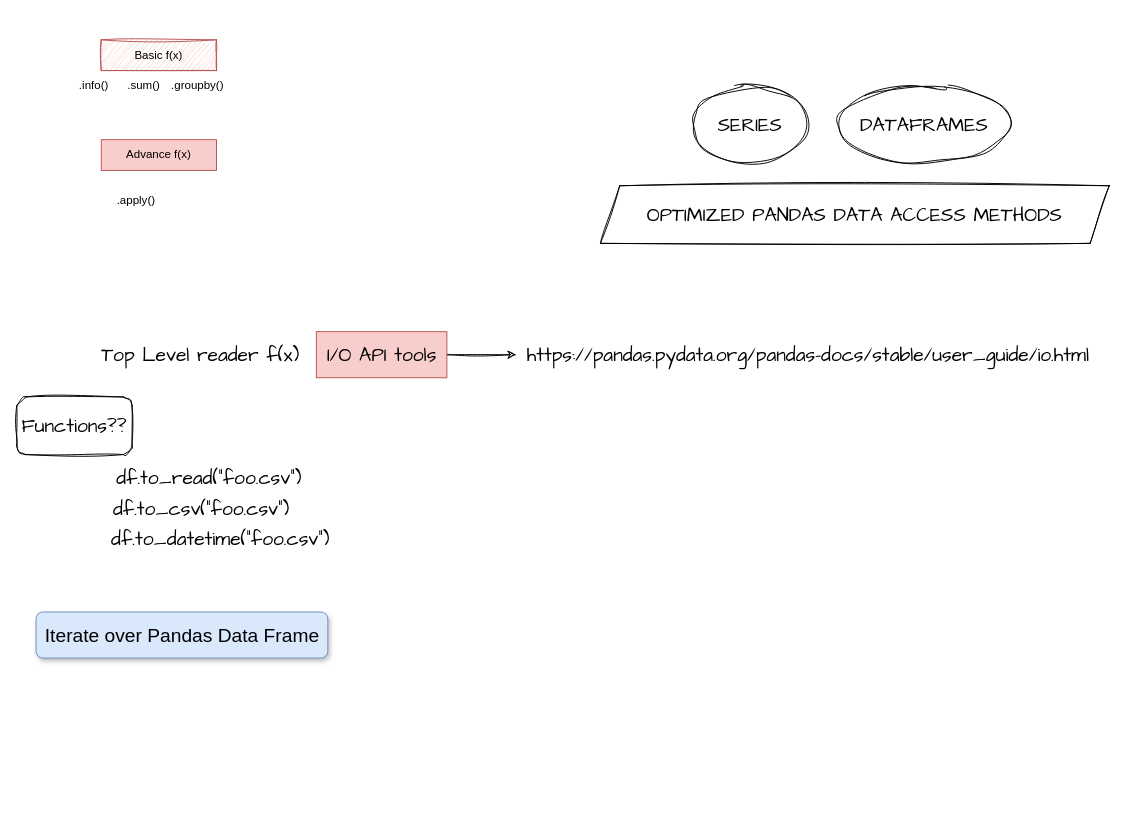
Innoktiv/drawio keeps this draw.io diagram as Sprint_1_AnyoneAI.drawio. Above is the earlier version. Source tidied: cells renumbered, new cells numbered last; positions are measured from the earlier drawing's top-left corner, leaving out a move shared by most shapes. Both pictures are drawn from the tidied source at 96%, with x=0, y=0 at pixel (16, 39).
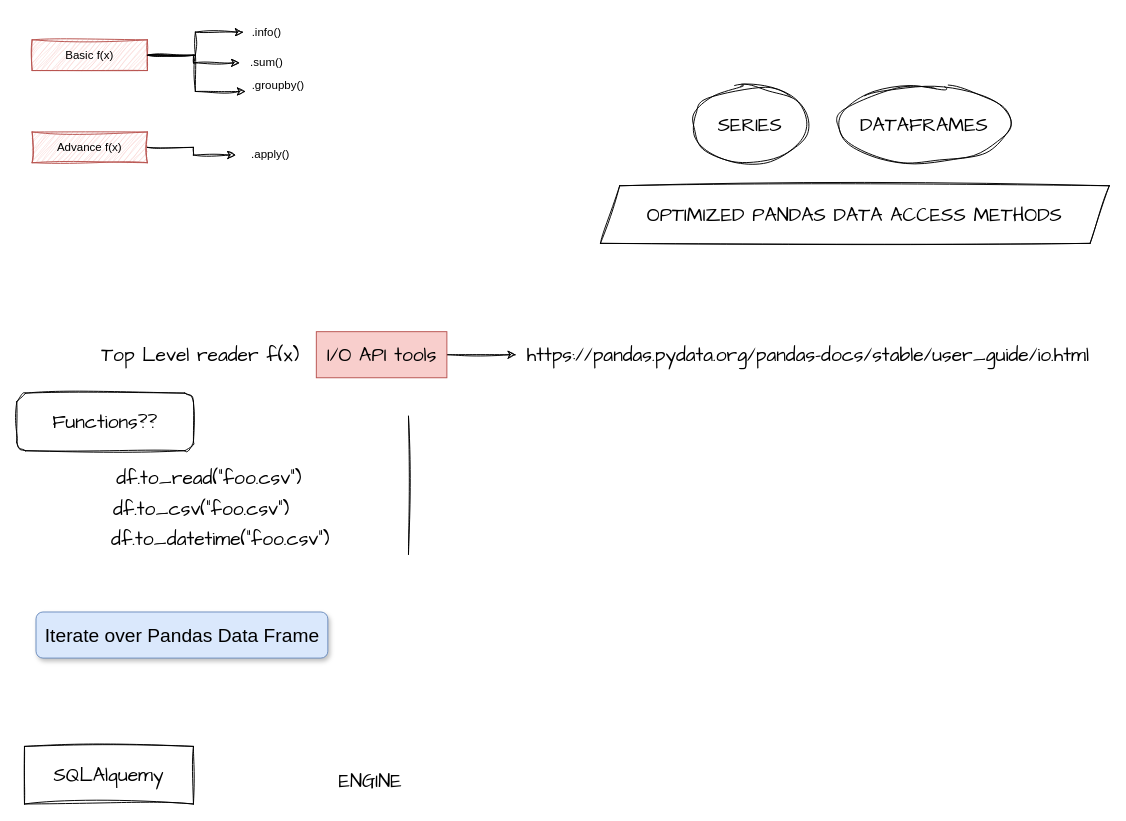
Above is the later version.

What changed in the source:
```diff
@@
     <mxCell id="2" value=".apply()" style="text;html=1;align=center;verticalAlign=middle;points=[];strokeColor=none;fillColor=none;rounded=0;sketch=1;curveFitting=1;jiggle=2;" parent="1" vertex="1">
-      <mxGeometry x="92" y="152" width="64" height="32" as="geometry" />
+      <mxGeometry x="232" y="104" width="64" height="32" as="geometry" />
     </mxCell>
-    <mxCell id="3" value="Advance f(x)" style="rounded=0;whiteSpace=wrap;html=1;fillColor=#f8cecc;strokeColor=#b85450;" parent="1" vertex="1">
-      <mxGeometry x="88" y="104" width="120" height="32" as="geometry" />
-    </mxCell>
+    <mxCell id="20" style="edgeStyle=orthogonalEdgeStyle;rounded=0;sketch=1;hachureGap=4;jiggle=2;curveFitting=1;jettySize=auto;html=1;fontFamily=Architects Daughter;fontSize=16;" parent="1" edge="1" source="4" target="15">
+      <mxGeometry relative="1" as="geometry" />
+    </mxCell>
+    <mxCell id="21" style="edgeStyle=orthogonalEdgeStyle;rounded=0;sketch=1;hachureGap=4;jiggle=2;curveFitting=1;jettySize=auto;html=1;fontFamily=Architects Daughter;fontSize=16;" parent="1" edge="1" source="4" target="5">
+      <mxGeometry relative="1" as="geometry" />
+    </mxCell>
     <mxCell id="4" value="Basic f(x)" style="rounded=0;whiteSpace=wrap;html=1;fillColor=#f8cecc;strokeColor=#b85450;sketch=1;curveFitting=1;jiggle=2;" parent="1" vertex="1">
-      <mxGeometry x="88" width="120" height="32" as="geometry" />
+      <mxGeometry x="16" width="120" height="32" as="geometry" />
     </mxCell>
     <mxCell id="5" value=".sum()" style="text;html=1;align=center;verticalAlign=middle;points=[];strokeColor=none;fillColor=none;rounded=0;sketch=1;curveFitting=1;jiggle=2;" parent="1" vertex="1">
-      <mxGeometry x="104" y="32" width="56" height="32" as="geometry" />
+      <mxGeometry x="232" y="8" width="56" height="32" as="geometry" />
     </mxCell>
     <mxCell id="6" value=".groupby()" style="text;html=1;align=center;verticalAlign=middle;points=[];strokeColor=none;fillColor=none;rounded=0;sketch=1;curveFitting=1;jiggle=2;" parent="1" vertex="1">
-      <mxGeometry x="152" y="32" width="72" height="32" as="geometry" />
+      <mxGeometry x="236" y="32" width="72" height="32" as="geometry" />
     </mxCell>
@@
     <mxCell id="14" value="Functions??" style="rounded=1;whiteSpace=wrap;html=1;sketch=1;hachureGap=4;jiggle=2;curveFitting=1;fontFamily=Architects Daughter;fontSize=20;" parent="1" vertex="1">
-      <mxGeometry y="372" width="120" height="60" as="geometry" />
+      <mxGeometry y="368" width="184" height="60" as="geometry" />
     </mxCell>
     <mxCell id="15" value=".info()" style="text;html=1;align=center;verticalAlign=middle;points=[];strokeColor=none;fillColor=none;rounded=0;sketch=1;curveFitting=1;jiggle=2;" parent="1" vertex="1">
-      <mxGeometry x="56" y="32" width="48" height="32" as="geometry" />
+      <mxGeometry x="236" y="-24" width="48" height="32" as="geometry" />
     </mxCell>
@@
+    <mxCell id="22" value="ENGINE" style="text;html=1;align=center;verticalAlign=middle;strokeColor=none;fillColor=none;fontFamily=Architects Daughter;fontSize=20;" parent="1" vertex="1">
+      <mxGeometry x="324" y="748" width="88" height="48" as="geometry" />
+    </mxCell>
+    <mxCell id="23" value="SQLAlquemy" style="rounded=0;whiteSpace=wrap;html=1;sketch=1;hachureGap=4;jiggle=2;curveFitting=1;fontFamily=Architects Daughter;fontSize=20;" parent="1" vertex="1">
+      <mxGeometry x="8" y="736" width="176" height="60" as="geometry" />
+    </mxCell>
+    <mxCell id="24" style="edgeStyle=orthogonalEdgeStyle;rounded=0;sketch=1;hachureGap=4;jiggle=2;curveFitting=1;jettySize=auto;html=1;entryX=0.03;entryY=0.68;entryDx=0;entryDy=0;entryPerimeter=0;fontFamily=Architects Daughter;fontSize=16;" parent="1" edge="1" source="4" target="6">
+      <mxGeometry relative="1" as="geometry" />
+    </mxCell>
+    <mxCell id="3" value="Advance f(x)" style="rounded=0;whiteSpace=wrap;html=1;fillColor=#f8cecc;strokeColor=#b85450;sketch=1;curveFitting=1;jiggle=2;" parent="1" vertex="1">
+      <mxGeometry x="16" y="96" width="120" height="32" as="geometry" />
+    </mxCell>
+    <mxCell id="25" style="edgeStyle=orthogonalEdgeStyle;rounded=0;sketch=1;hachureGap=4;jiggle=2;curveFitting=1;jettySize=auto;html=1;entryX=-0.063;entryY=0.5;entryDx=0;entryDy=0;entryPerimeter=0;fontFamily=Architects Daughter;fontSize=16;" parent="1" edge="1" source="3" target="2">
+      <mxGeometry relative="1" as="geometry" />
+    </mxCell>
+    <mxCell id="26" style="endArrow=none;html=1;rounded=0;sketch=1;hachureGap=4;jiggle=2;curveFitting=1;fontFamily=Architects Daughter;fontSize=16;" parent="1" edge="1">
+      <mxGeometry relative="1" as="geometry">
+        <mxPoint x="408" y="536" as="sourcePoint" />
+        <mxPoint x="408" y="392" as="targetPoint" />
+      </mxGeometry>
+    </mxCell>
```
